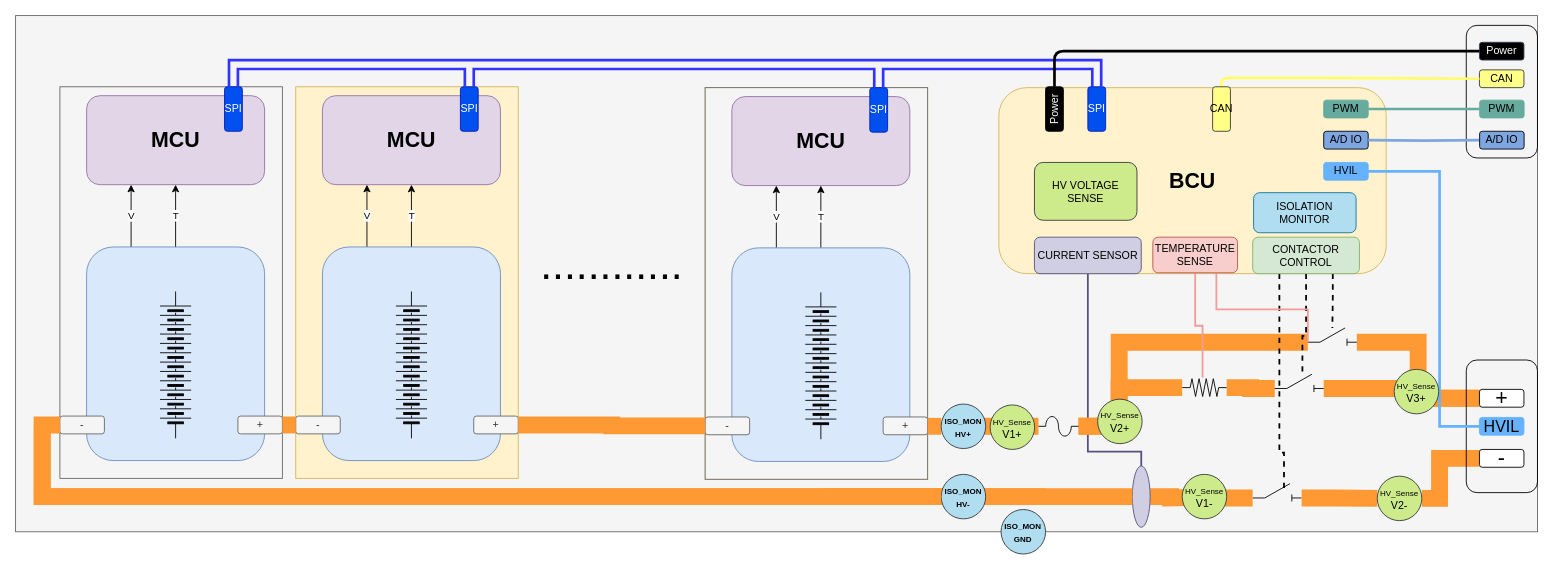
Earlier version of the draw.io diagram page "PACK" (3 of 3) of DRAWINGS/HV_BMS_Flow.drawio (yusufselimkaratas/Draw_Io). Source tidied: cells renumbered, new cells numbered last; positions are measured from the earlier drawing's top-left corner, leaving out a move shared by most shapes. Both pictures are drawn from the tidied source at 89%, with x=0, y=0 at pixel (15, 15).
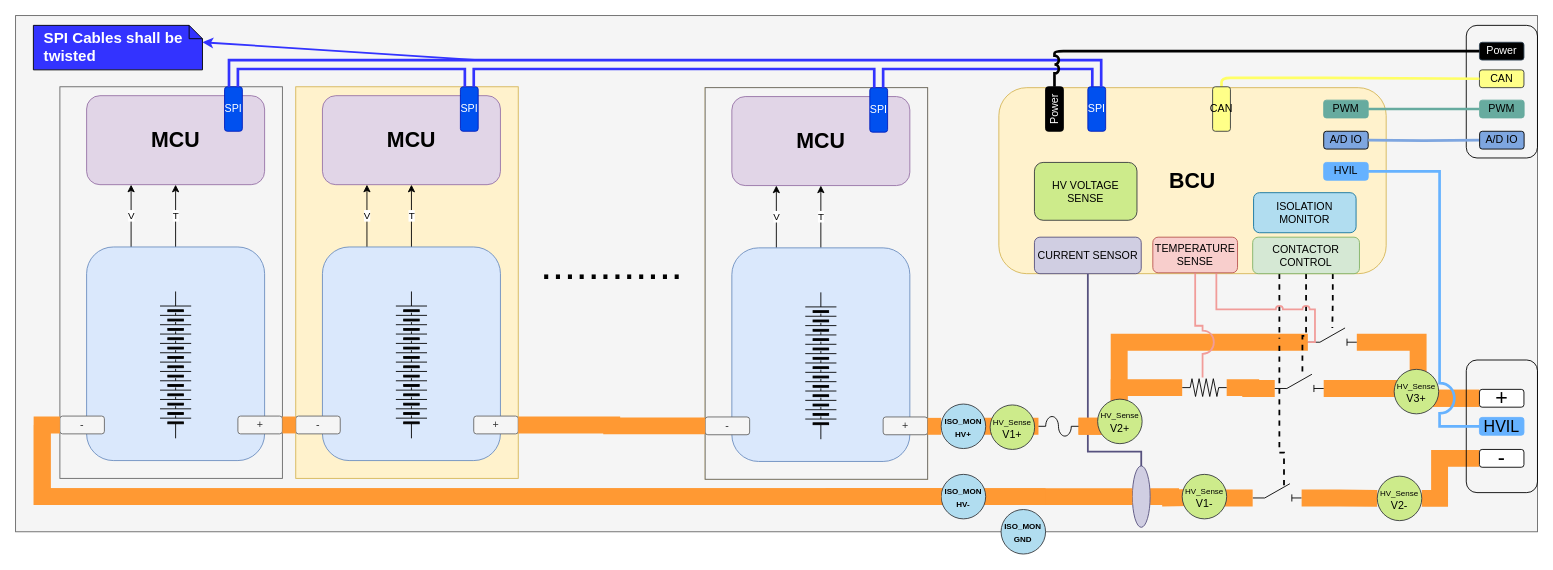
The same page after the edit.

Unchanged cells that the change refers to:
```xml
<mxCell id="11" value="SPI" style="rounded=1;whiteSpace=wrap;html=1;direction=south;fillColor=#0050ef;strokeColor=#001DBC;fontColor=#ffffff;" parent="6" vertex="1">
  <mxGeometry x="155" y="-10" width="20" height="50" as="geometry" />
</mxCell>
<mxCell id="40" style="verticalLabelPosition=bottom;shadow=0;dashed=0;align=center;html=1;verticalAlign=top;shape=mxgraph.electrical.electro-mechanical.isolator;fillColor=none;" parent="1" vertex="1">
  <mxGeometry x="1390" y="526" width="55" height="20" as="geometry" />
</mxCell>
<mxCell id="42" style="ellipse;whiteSpace=wrap;html=1;fillColor=#d0cee2;strokeColor=#56517e;" parent="1" vertex="1">
  <mxGeometry x="1254.8" y="506" width="20" height="69" as="geometry" />
</mxCell>
<mxCell id="46" style="verticalLabelPosition=bottom;shadow=0;dashed=0;align=center;html=1;verticalAlign=top;shape=mxgraph.electrical.electro-mechanical.isolator;fillColor=none;" parent="1" vertex="1">
  <mxGeometry x="1452" y="351" width="55" height="20" as="geometry" />
</mxCell>
<mxCell id="50" style="verticalLabelPosition=bottom;shadow=0;dashed=0;align=center;html=1;verticalAlign=top;shape=mxgraph.electrical.resistors.resistor_2;fillColor=none;" parent="1" vertex="1">
  <mxGeometry x="1310.8" y="408" width="50" height="20" as="geometry" />
</mxCell>
<mxCell id="52" value="SPI" style="rounded=1;whiteSpace=wrap;html=1;direction=south;fillColor=#0050ef;strokeColor=#001DBC;fontColor=#ffffff;" parent="1" vertex="1">
  <mxGeometry x="1204.8" y="80" width="20" height="50" as="geometry" />
</mxCell>
<mxCell id="53" style="rounded=1;whiteSpace=wrap;html=1;direction=south;fillColor=#000000;" parent="1" vertex="1">
  <mxGeometry x="1157.3" y="80" width="20" height="50" as="geometry" />
</mxCell>
<mxCell id="57" value="Power" style="rounded=1;whiteSpace=wrap;html=1;direction=west;strokeColor=#314354;fontColor=#ffffff;fillColor=#000000;" parent="1" vertex="1">
  <mxGeometry x="1644.8" y="30" width="50" height="20" as="geometry" />
</mxCell>
<mxCell id="65" value="CURRENT SENSOR" style="rounded=1;whiteSpace=wrap;html=1;fillColor=#d0cee2;strokeColor=#56517e;" parent="1" vertex="1">
  <mxGeometry x="1144.8" y="249" width="120" height="41" as="geometry" />
</mxCell>
<mxCell id="71" value="CONTACTOR&lt;br&gt;CONTROL" style="rounded=1;whiteSpace=wrap;html=1;fillColor=#d5e8d4;strokeColor=#82b366;" parent="1" vertex="1">
  <mxGeometry x="1390" y="249" width="120" height="41" as="geometry" />
</mxCell>
<mxCell id="78" value="&lt;font style=&quot;font-size: 18px&quot;&gt;HVIL&lt;/font&gt;" style="rounded=1;whiteSpace=wrap;html=1;direction=west;fillColor=#66B2FF;strokeColor=#66B2FF;" parent="1" vertex="1">
  <mxGeometry x="1644.8" y="451.5" width="50" height="20" as="geometry" />
</mxCell>
<mxCell id="82" style="verticalLabelPosition=bottom;shadow=0;dashed=0;align=center;html=1;verticalAlign=top;shape=mxgraph.electrical.miscellaneous.fuse_4;fillColor=none;" parent="1" vertex="1">
  <mxGeometry x="1149.3" y="450.5" width="45" height="22" as="geometry" />
</mxCell>
<mxCell id="91" value="TEMPERATURE&lt;br&gt;SENSE" style="rounded=1;whiteSpace=wrap;html=1;fillColor=#f8cecc;strokeColor=#b85450;" parent="1" vertex="1">
  <mxGeometry x="1277.8" y="249" width="95.2" height="40" as="geometry" />
</mxCell>
<mxCell id="94" value="HVIL" style="rounded=1;whiteSpace=wrap;html=1;direction=west;fillColor=#66B2FF;strokeColor=#66B2FF;" parent="1" vertex="1">
  <mxGeometry x="1469.8" y="165" width="50" height="20" as="geometry" />
</mxCell>
```

Change to the diagram source:
```diff
@@
-    <mxCell id="41" style="edgeStyle=orthogonalEdgeStyle;rounded=0;jettySize=auto;html=1;exitX=0.5;exitY=0;exitDx=0;exitDy=0;entryX=0.5;entryY=1;entryDx=0;entryDy=0;endArrow=none;endFill=0;strokeColor=#56517e;strokeWidth=2;fillColor=#d0cee2;" parent="1" edge="1" source="42" target="65">
+    <mxCell id="41" style="edgeStyle=orthogonalEdgeStyle;rounded=0;jettySize=auto;html=1;exitX=0.5;exitY=0;exitDx=0;exitDy=0;entryX=0.5;entryY=1;entryDx=0;entryDy=0;endArrow=none;endFill=0;strokeColor=#56517e;strokeWidth=2;fillColor=#d0cee2;jumpStyle=gap;jumpSize=35;" parent="1" edge="1" source="42" target="65">
       <mxGeometry relative="1" as="geometry">
         <Array as="points">
           <mxPoint x="1265" y="490" />
           <mxPoint x="1205" y="490" />
         </Array>
       </mxGeometry>
     </mxCell>
@@
-    <mxCell id="56" style="edgeStyle=orthogonalEdgeStyle;rounded=0;jettySize=auto;html=1;exitX=0;exitY=0.75;exitDx=0;exitDy=0;entryX=0;entryY=0.25;entryDx=0;entryDy=0;endArrow=none;endFill=0;strokeColor=#3333FF;strokeWidth=3;" parent="1" edge="1" source="11" target="52">
+    <mxCell id="56" style="edgeStyle=orthogonalEdgeStyle;rounded=0;jettySize=auto;html=1;exitX=0;exitY=0.75;exitDx=0;exitDy=0;entryX=0;entryY=0.25;entryDx=0;entryDy=0;endArrow=none;endFill=0;strokeWidth=3;strokeColor=#3333FF;" parent="1" edge="1" source="11" target="52">
       <mxGeometry relative="1" as="geometry">
         <Array as="points">
           <mxPoint x="239.8" y="50" />
           <mxPoint x="1219.8" y="50" />
         </Array>
       </mxGeometry>
     </mxCell>
@@
-    <mxCell id="59" style="edgeStyle=orthogonalEdgeStyle;rounded=1;jettySize=auto;html=1;exitX=0;exitY=0.5;exitDx=0;exitDy=0;entryX=1;entryY=0.5;entryDx=0;entryDy=0;endArrow=none;endFill=0;strokeColor=#000000;strokeWidth=3;" parent="1" edge="1" source="53" target="57">
+    <mxCell id="59" style="edgeStyle=orthogonalEdgeStyle;rounded=1;jettySize=auto;html=1;exitX=0;exitY=0.5;exitDx=0;exitDy=0;entryX=1;entryY=0.5;entryDx=0;entryDy=0;endArrow=none;endFill=0;strokeColor=#000000;strokeWidth=3;jumpStyle=arc;" parent="1" edge="1" source="53" target="57">
       <mxGeometry relative="1" as="geometry" />
     </mxCell>
@@
-    <mxCell id="70" style="edgeStyle=orthogonalEdgeStyle;rounded=0;jettySize=auto;html=1;exitX=0.25;exitY=1;exitDx=0;exitDy=0;entryX=0.64;entryY=0.4;entryDx=0;entryDy=0;entryPerimeter=0;dashed=1;endArrow=none;endFill=0;strokeColor=#000000;strokeWidth=2;" parent="1" edge="1" source="71" target="40">
+    <mxCell id="70" style="edgeStyle=orthogonalEdgeStyle;rounded=0;jettySize=auto;html=1;exitX=0.25;exitY=1;exitDx=0;exitDy=0;entryX=0.64;entryY=0.4;entryDx=0;entryDy=0;entryPerimeter=0;dashed=1;endArrow=none;endFill=0;strokeColor=#000000;strokeWidth=2;jumpStyle=gap;" parent="1" edge="1" source="71" target="40">
       <mxGeometry relative="1" as="geometry">
         <Array as="points">
           <mxPoint x="1420" y="491" />
         </Array>
       </mxGeometry>
     </mxCell>
@@
-    <mxCell id="77" style="edgeStyle=orthogonalEdgeStyle;rounded=0;jettySize=auto;html=1;exitX=1;exitY=0.5;exitDx=0;exitDy=0;entryX=0;entryY=0.5;entryDx=0;entryDy=0;endArrow=none;endFill=0;strokeWidth=3;strokeColor=#66B2FF;" parent="1" edge="1" source="78" target="94">
+    <mxCell id="77" style="edgeStyle=orthogonalEdgeStyle;rounded=0;jettySize=auto;html=1;exitX=1;exitY=0.5;exitDx=0;exitDy=0;entryX=0;entryY=0.5;entryDx=0;entryDy=0;endArrow=none;endFill=0;strokeWidth=3;strokeColor=#66B2FF;jumpStyle=arc;jumpSize=30;" parent="1" edge="1" source="78" target="94">
       <mxGeometry relative="1" as="geometry">
         <Array as="points">
           <mxPoint x="1600" y="462" />
           <mxPoint x="1600" y="175" />
         </Array>
       </mxGeometry>
     </mxCell>
@@
-    <mxCell id="81" style="edgeStyle=orthogonalEdgeStyle;rounded=0;jettySize=auto;html=1;exitX=1;exitY=0.5;exitDx=0;exitDy=0;exitPerimeter=0;entryX=0;entryY=0.5;entryDx=0;entryDy=0;entryPerimeter=0;endArrow=none;endFill=0;strokeColor=#FF9933;strokeWidth=19;" parent="1" edge="1" source="82" target="50">
+    <mxCell id="81" style="edgeStyle=orthogonalEdgeStyle;rounded=0;jettySize=auto;html=1;exitX=1;exitY=0.5;exitDx=0;exitDy=0;exitPerimeter=0;entryX=0;entryY=0.5;entryDx=0;entryDy=0;entryPerimeter=0;endArrow=none;endFill=0;strokeColor=#FF9933;strokeWidth=19;jumpStyle=arc;jumpSize=30;" parent="1" edge="1" source="82" target="50">
       <mxGeometry relative="1" as="geometry">
         <Array as="points">
           <mxPoint x="1240" y="462" />
           <mxPoint x="1240" y="418" />
         </Array>
       </mxGeometry>
     </mxCell>
@@
-    <mxCell id="89" style="edgeStyle=orthogonalEdgeStyle;rounded=0;jettySize=auto;html=1;exitX=0.5;exitY=1;exitDx=0;exitDy=0;entryX=0.458;entryY=-0.067;entryDx=0;entryDy=0;entryPerimeter=0;endArrow=none;endFill=0;strokeWidth=2;fillColor=#f8cecc;strokeColor=#F19C99;" parent="1" edge="1" source="91" target="50">
+    <mxCell id="89" style="edgeStyle=orthogonalEdgeStyle;rounded=0;jettySize=auto;html=1;exitX=0.5;exitY=1;exitDx=0;exitDy=0;entryX=0.458;entryY=-0.067;entryDx=0;entryDy=0;entryPerimeter=0;endArrow=none;endFill=0;strokeWidth=2;fillColor=#f8cecc;strokeColor=#F19C99;jumpStyle=arc;jumpSize=24;" parent="1" edge="1" source="91" target="50">
       <mxGeometry relative="1" as="geometry" />
     </mxCell>
-    <mxCell id="90" style="edgeStyle=orthogonalEdgeStyle;rounded=0;jettySize=auto;html=1;exitX=0.75;exitY=1;exitDx=0;exitDy=0;entryX=0;entryY=0.8;entryDx=0;entryDy=0;entryPerimeter=0;endArrow=none;endFill=0;strokeColor=#F19C99;strokeWidth=2;fillColor=#f8cecc;" parent="1" edge="1" source="91" target="46">
+    <mxCell id="90" style="edgeStyle=orthogonalEdgeStyle;rounded=0;jettySize=auto;html=1;exitX=0.75;exitY=1;exitDx=0;exitDy=0;entryX=0;entryY=0.8;entryDx=0;entryDy=0;entryPerimeter=0;endArrow=none;endFill=0;strokeColor=#F19C99;strokeWidth=2;fillColor=#f8cecc;jumpStyle=arc;" parent="1" edge="1" source="91" target="46">
       <mxGeometry relative="1" as="geometry">
         <Array as="points">
           <mxPoint x="1349" y="330" />
-          <mxPoint x="1452" y="330" />
+          <mxPoint x="1460" y="330" />
+          <mxPoint x="1460" y="367" />
         </Array>
       </mxGeometry>
     </mxCell>
@@
+    <mxCell id="102" value="&lt;font style=&quot;font-size: 17px&quot; color=&quot;#ffffff&quot;&gt;&lt;b&gt;SPI Cables shall be twisted&lt;/b&gt;&lt;/font&gt;" style="shape=note;size=15;align=left;spacingLeft=10;html=1;whiteSpace=wrap;rounded=0;strokeColor=#000000;fillColor=#3333FF;" parent="1" vertex="1">
+      <mxGeometry x="20" y="11" width="190" height="50" as="geometry" />
+    </mxCell>
+    <mxCell id="103" style="endArrow=classic;html=1;strokeWidth=2;entryX=1;entryY=0.38;entryDx=0;entryDy=0;entryPerimeter=0;strokeColor=#3333FF;" parent="1" edge="1" target="102">
+      <mxGeometry relative="1" as="geometry">
+        <mxPoint x="520" y="50" as="sourcePoint" />
+      </mxGeometry>
+    </mxCell>
```
